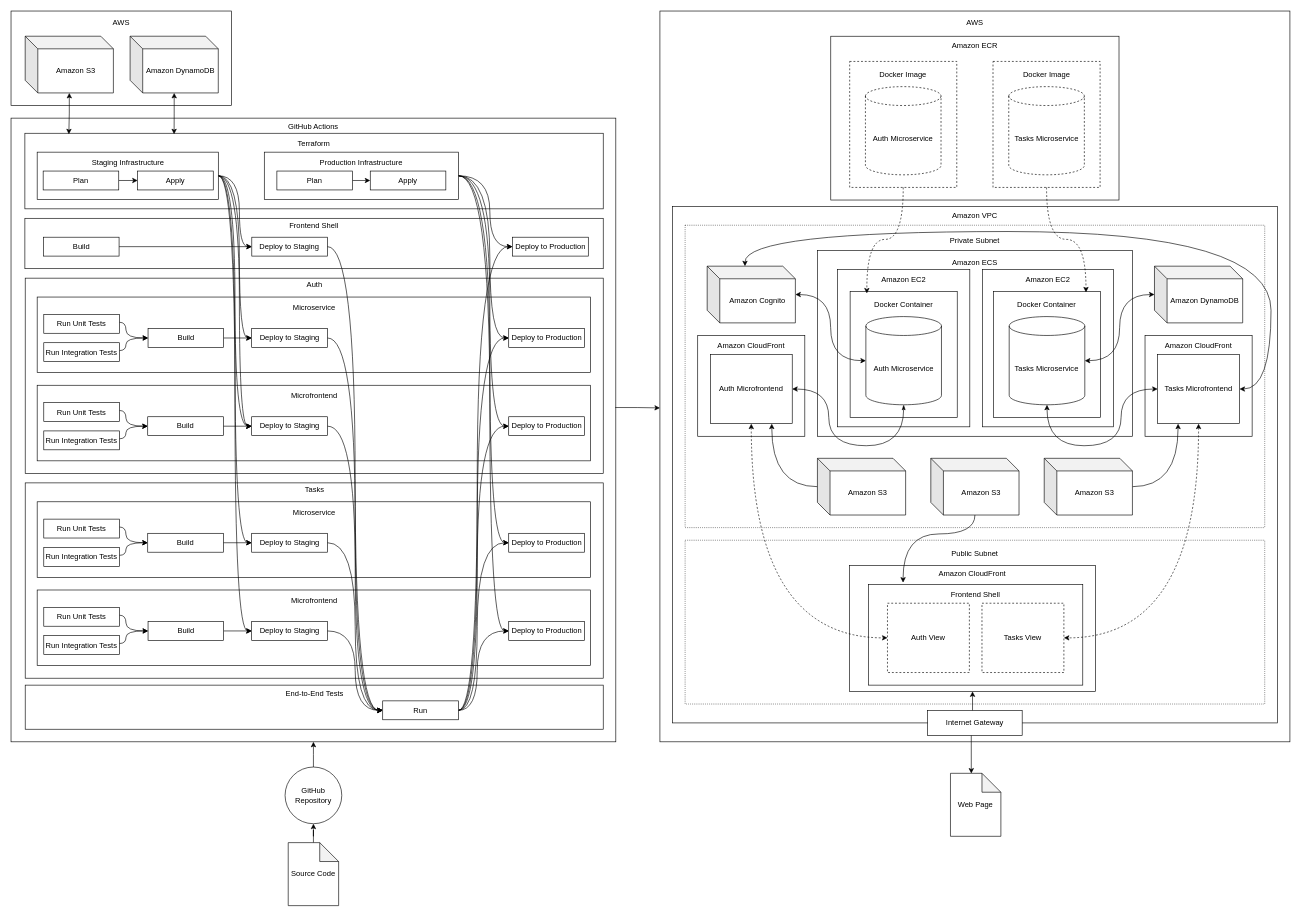
The draw.io diagram maps.drawio in wlnzed/mytasks, before the edit. Source tidied: cells renumbered, new cells numbered last; positions are measured from the earlier drawing's top-left corner, leaving out a move shared by most shapes. Both pictures are drawn from the tidied source at 63%, with x=0, y=0 at pixel (11, 11).
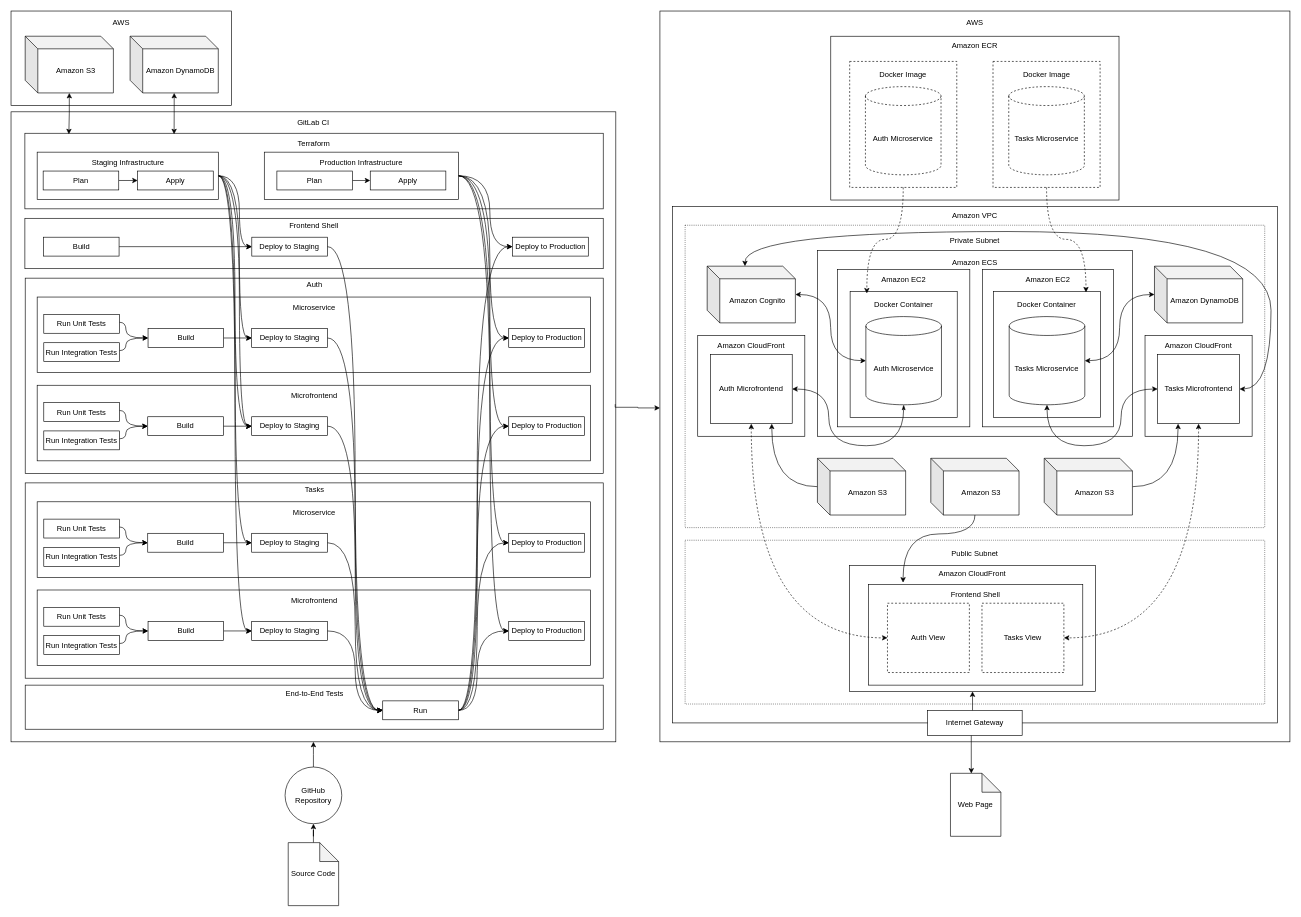
The same page after the edit.

Commit message:
maps: rename github actions block as gitlab ci

What changed in the source:
```diff
@@
-    <mxCell id="3" value="GitHub Actions&lt;div&gt;&lt;br&gt;&lt;/div&gt;&lt;div&gt;&lt;br&gt;&lt;/div&gt;&lt;div&gt;&lt;br&gt;&lt;/div&gt;&lt;div&gt;&lt;br&gt;&lt;/div&gt;&lt;div&gt;&lt;br&gt;&lt;/div&gt;&lt;div&gt;&lt;br&gt;&lt;/div&gt;&lt;div&gt;&lt;br&gt;&lt;/div&gt;&lt;div&gt;&lt;br&gt;&lt;/div&gt;&lt;div&gt;&lt;br&gt;&lt;/div&gt;&lt;div&gt;&lt;br&gt;&lt;/div&gt;&lt;div&gt;&lt;br&gt;&lt;/div&gt;&lt;div&gt;&lt;br&gt;&lt;/div&gt;&lt;div&gt;&lt;br&gt;&lt;/div&gt;&lt;div&gt;&lt;br&gt;&lt;/div&gt;&lt;div&gt;&lt;br&gt;&lt;/div&gt;&lt;div&gt;&lt;br&gt;&lt;/div&gt;&lt;div&gt;&lt;br&gt;&lt;/div&gt;&lt;div&gt;&lt;br&gt;&lt;/div&gt;&lt;div&gt;&lt;br&gt;&lt;/div&gt;&lt;div&gt;&lt;br&gt;&lt;/div&gt;&lt;div&gt;&lt;br&gt;&lt;/div&gt;&lt;div&gt;&lt;br&gt;&lt;/div&gt;&lt;div&gt;&lt;br&gt;&lt;/div&gt;&lt;div&gt;&lt;br&gt;&lt;/div&gt;&lt;div&gt;&lt;br&gt;&lt;/div&gt;&lt;div&gt;&lt;br&gt;&lt;/div&gt;&lt;div&gt;&lt;br&gt;&lt;/div&gt;&lt;div&gt;&lt;br&gt;&lt;/div&gt;&lt;div&gt;&lt;br&gt;&lt;/div&gt;&lt;div&gt;&lt;br&gt;&lt;/div&gt;&lt;div&gt;&lt;br&gt;&lt;/div&gt;&lt;div&gt;&lt;br&gt;&lt;/div&gt;&lt;div&gt;&lt;br&gt;&lt;/div&gt;&lt;div&gt;&lt;br&gt;&lt;/div&gt;&lt;div&gt;&lt;br&gt;&lt;/div&gt;&lt;div&gt;&lt;br&gt;&lt;/div&gt;&lt;div&gt;&lt;br&gt;&lt;/div&gt;&lt;div&gt;&lt;br&gt;&lt;/div&gt;&lt;div&gt;&lt;br&gt;&lt;/div&gt;&lt;div&gt;&lt;br&gt;&lt;/div&gt;&lt;div&gt;&lt;br&gt;&lt;/div&gt;&lt;div&gt;&lt;br&gt;&lt;/div&gt;&lt;div&gt;&lt;br&gt;&lt;/div&gt;&lt;div&gt;&lt;br&gt;&lt;/div&gt;&lt;div&gt;&lt;br&gt;&lt;/div&gt;&lt;div&gt;&lt;br&gt;&lt;/div&gt;&lt;div&gt;&lt;br&gt;&lt;/div&gt;&lt;div&gt;&lt;br&gt;&lt;/div&gt;&lt;div&gt;&lt;br&gt;&lt;/div&gt;&lt;div&gt;&lt;br&gt;&lt;/div&gt;&lt;div&gt;&lt;br&gt;&lt;/div&gt;&lt;div&gt;&lt;br&gt;&lt;/div&gt;&lt;div&gt;&lt;br&gt;&lt;/div&gt;&lt;div&gt;&lt;br&gt;&lt;/div&gt;&lt;div&gt;&lt;br&gt;&lt;/div&gt;&lt;div&gt;&lt;br&gt;&lt;/div&gt;&lt;div&gt;&lt;br&gt;&lt;/div&gt;&lt;div&gt;&lt;br&gt;&lt;/div&gt;&lt;div&gt;&lt;br&gt;&lt;/div&gt;&lt;div&gt;&lt;br&gt;&lt;/div&gt;&lt;div&gt;&lt;br&gt;&lt;/div&gt;&lt;div&gt;&lt;br&gt;&lt;/div&gt;&lt;div&gt;&lt;br&gt;&lt;/div&gt;&lt;div&gt;&lt;br&gt;&lt;/div&gt;&lt;div&gt;&lt;br&gt;&lt;/div&gt;&lt;div&gt;&lt;br&gt;&lt;/div&gt;&lt;div&gt;&lt;br&gt;&lt;/div&gt;" style="rounded=0;whiteSpace=wrap;html=1;" parent="1" vertex="1">
-      <mxGeometry y="170" width="960" height="990" as="geometry" />
+    <mxCell id="3" value="GitLab CI&lt;br&gt;&lt;div&gt;&lt;br&gt;&lt;/div&gt;&lt;div&gt;&lt;br&gt;&lt;/div&gt;&lt;div&gt;&lt;br&gt;&lt;/div&gt;&lt;div&gt;&lt;br&gt;&lt;/div&gt;&lt;div&gt;&lt;br&gt;&lt;/div&gt;&lt;div&gt;&lt;br&gt;&lt;/div&gt;&lt;div&gt;&lt;br&gt;&lt;/div&gt;&lt;div&gt;&lt;br&gt;&lt;/div&gt;&lt;div&gt;&lt;br&gt;&lt;/div&gt;&lt;div&gt;&lt;br&gt;&lt;/div&gt;&lt;div&gt;&lt;br&gt;&lt;/div&gt;&lt;div&gt;&lt;br&gt;&lt;/div&gt;&lt;div&gt;&lt;br&gt;&lt;/div&gt;&lt;div&gt;&lt;br&gt;&lt;/div&gt;&lt;div&gt;&lt;br&gt;&lt;/div&gt;&lt;div&gt;&lt;br&gt;&lt;/div&gt;&lt;div&gt;&lt;br&gt;&lt;/div&gt;&lt;div&gt;&lt;br&gt;&lt;/div&gt;&lt;div&gt;&lt;br&gt;&lt;/div&gt;&lt;div&gt;&lt;br&gt;&lt;/div&gt;&lt;div&gt;&lt;br&gt;&lt;/div&gt;&lt;div&gt;&lt;br&gt;&lt;/div&gt;&lt;div&gt;&lt;br&gt;&lt;/div&gt;&lt;div&gt;&lt;br&gt;&lt;/div&gt;&lt;div&gt;&lt;br&gt;&lt;/div&gt;&lt;div&gt;&lt;br&gt;&lt;/div&gt;&lt;div&gt;&lt;br&gt;&lt;/div&gt;&lt;div&gt;&lt;br&gt;&lt;/div&gt;&lt;div&gt;&lt;br&gt;&lt;/div&gt;&lt;div&gt;&lt;br&gt;&lt;/div&gt;&lt;div&gt;&lt;br&gt;&lt;/div&gt;&lt;div&gt;&lt;br&gt;&lt;/div&gt;&lt;div&gt;&lt;br&gt;&lt;/div&gt;&lt;div&gt;&lt;br&gt;&lt;/div&gt;&lt;div&gt;&lt;br&gt;&lt;/div&gt;&lt;div&gt;&lt;br&gt;&lt;/div&gt;&lt;div&gt;&lt;br&gt;&lt;/div&gt;&lt;div&gt;&lt;br&gt;&lt;/div&gt;&lt;div&gt;&lt;br&gt;&lt;/div&gt;&lt;div&gt;&lt;br&gt;&lt;/div&gt;&lt;div&gt;&lt;br&gt;&lt;/div&gt;&lt;div&gt;&lt;br&gt;&lt;/div&gt;&lt;div&gt;&lt;br&gt;&lt;/div&gt;&lt;div&gt;&lt;br&gt;&lt;/div&gt;&lt;div&gt;&lt;br&gt;&lt;/div&gt;&lt;div&gt;&lt;br&gt;&lt;/div&gt;&lt;div&gt;&lt;br&gt;&lt;/div&gt;&lt;div&gt;&lt;br&gt;&lt;/div&gt;&lt;div&gt;&lt;br&gt;&lt;/div&gt;&lt;div&gt;&lt;br&gt;&lt;/div&gt;&lt;div&gt;&lt;br&gt;&lt;/div&gt;&lt;div&gt;&lt;br&gt;&lt;/div&gt;&lt;div&gt;&lt;br&gt;&lt;/div&gt;&lt;div&gt;&lt;br&gt;&lt;/div&gt;&lt;div&gt;&lt;br&gt;&lt;/div&gt;&lt;div&gt;&lt;br&gt;&lt;/div&gt;&lt;div&gt;&lt;br&gt;&lt;/div&gt;&lt;div&gt;&lt;br&gt;&lt;/div&gt;&lt;div&gt;&lt;br&gt;&lt;/div&gt;&lt;div&gt;&lt;br&gt;&lt;/div&gt;&lt;div&gt;&lt;br&gt;&lt;/div&gt;&lt;div&gt;&lt;br&gt;&lt;/div&gt;&lt;div&gt;&lt;br&gt;&lt;/div&gt;&lt;div&gt;&lt;br&gt;&lt;/div&gt;&lt;div&gt;&lt;br&gt;&lt;/div&gt;&lt;div&gt;&lt;br&gt;&lt;/div&gt;&lt;div&gt;&lt;br&gt;&lt;/div&gt;" style="rounded=0;whiteSpace=wrap;html=1;" parent="1" vertex="1">
+      <mxGeometry y="160" width="960" height="1000" as="geometry" />
     </mxCell>
```
